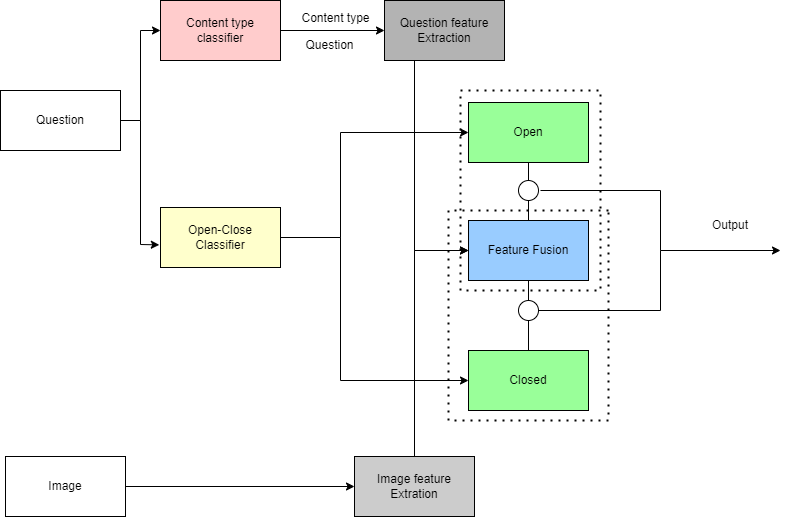
This is DesignDiagrams/new_duagram.drawio.png from codingneverends/Project_VQA, a draw.io export, as it was before one commit. Source tidied: cells renumbered, new cells last; positions are measured from the earlier drawing's top-left corner, leaving out a move shared by most shapes. Its diagram source:
```xml
<mxGraphModel>
  <root>
    <mxCell id="0" />
    <mxCell id="1" parent="0" />
    <mxCell id="2" value="Question" style="rounded=0;whiteSpace=wrap;html=1;fillColor=#FFFFFF;" parent="1" vertex="1">
      <mxGeometry y="90" width="120" height="60" as="geometry" />
    </mxCell>
    <mxCell id="3" value="Content type&lt;br&gt;classifier" style="rounded=0;whiteSpace=wrap;html=1;fillColor=#FFCCCC;" parent="1" vertex="1">
      <mxGeometry x="160" width="120" height="60" as="geometry" />
    </mxCell>
    <mxCell id="4" value="Question feature&lt;br&gt;Extraction" style="rounded=0;whiteSpace=wrap;html=1;fillColor=#B3B3B3;" parent="1" vertex="1">
      <mxGeometry x="384" width="120" height="60" as="geometry" />
    </mxCell>
    <mxCell id="5" value="Image" style="rounded=0;whiteSpace=wrap;html=1;" parent="1" vertex="1">
      <mxGeometry x="5" y="456" width="120" height="60" as="geometry" />
    </mxCell>
    <mxCell id="6" value="Image feature&lt;br&gt;Extration" style="rounded=0;whiteSpace=wrap;html=1;fillColor=#CCCCCC;" parent="1" vertex="1">
      <mxGeometry x="354" y="456" width="120" height="60" as="geometry" />
    </mxCell>
    <mxCell id="7" style="endArrow=classic;html=1;rounded=0;exitX=1;exitY=0.5;exitDx=0;exitDy=0;entryX=0;entryY=0.5;entryDx=0;entryDy=0;" parent="1" edge="1" source="2" target="3">
      <mxGeometry relative="1" as="geometry">
        <Array as="points">
          <mxPoint x="140" y="120" />
          <mxPoint x="140" y="30" />
        </Array>
      </mxGeometry>
    </mxCell>
    <mxCell id="8" style="endArrow=classic;html=1;rounded=0;exitX=1;exitY=0.5;exitDx=0;exitDy=0;entryX=0;entryY=0.5;entryDx=0;entryDy=0;" parent="1" edge="1" source="3" target="4">
      <mxGeometry relative="1" as="geometry" />
    </mxCell>
    <mxCell id="9" style="endArrow=classic;html=1;rounded=0;exitX=1;exitY=0.5;exitDx=0;exitDy=0;" parent="1" edge="1" source="5" target="6">
      <mxGeometry relative="1" as="geometry" />
    </mxCell>
    <mxCell id="10" value="Content type" style="text;html=1;align=center;verticalAlign=middle;strokeColor=none;fillColor=none;" parent="1" vertex="1">
      <mxGeometry x="290" y="3" width="90" height="30" as="geometry" />
    </mxCell>
    <mxCell id="11" value="Question" style="text;html=1;align=center;verticalAlign=middle;strokeColor=none;fillColor=none;" parent="1" vertex="1">
      <mxGeometry x="294" y="30" width="70" height="30" as="geometry" />
    </mxCell>
    <mxCell id="12" value="Open-Close&lt;br&gt;Classifier" style="rounded=0;whiteSpace=wrap;html=1;fillColor=#FFFFCC;" parent="1" vertex="1">
      <mxGeometry x="160" y="207" width="120" height="60" as="geometry" />
    </mxCell>
    <mxCell id="13" style="endArrow=classic;html=1;rounded=0;exitX=1;exitY=0.5;exitDx=0;exitDy=0;entryX=-0.01;entryY=0.623;entryDx=0;entryDy=0;entryPerimeter=0;" parent="1" edge="1" source="2" target="12">
      <mxGeometry relative="1" as="geometry">
        <Array as="points">
          <mxPoint x="140" y="120" />
          <mxPoint x="140" y="244" />
        </Array>
      </mxGeometry>
    </mxCell>
    <mxCell id="14" value="Open" style="rounded=0;whiteSpace=wrap;html=1;fillColor=#99FF99;" parent="1" vertex="1">
      <mxGeometry x="468" y="102" width="120" height="60" as="geometry" />
    </mxCell>
    <mxCell id="15" value="Closed" style="rounded=0;whiteSpace=wrap;html=1;fillColor=#99FF99;" parent="1" vertex="1">
      <mxGeometry x="468" y="350" width="120" height="60" as="geometry" />
    </mxCell>
    <mxCell id="16" style="endArrow=classic;html=1;rounded=0;exitX=1;exitY=0.5;exitDx=0;exitDy=0;entryX=0;entryY=0.5;entryDx=0;entryDy=0;" parent="1" edge="1" source="12" target="14">
      <mxGeometry relative="1" as="geometry">
        <Array as="points">
          <mxPoint x="340" y="237" />
          <mxPoint x="340" y="132" />
        </Array>
      </mxGeometry>
    </mxCell>
    <mxCell id="17" style="endArrow=classic;html=1;rounded=0;exitX=1;exitY=0.5;exitDx=0;exitDy=0;entryX=0;entryY=0.5;entryDx=0;entryDy=0;" parent="1" edge="1">
      <mxGeometry relative="1" as="geometry">
        <mxPoint x="280" y="237" as="sourcePoint" />
        <mxPoint x="468" y="380" as="targetPoint" />
        <Array as="points">
          <mxPoint x="340" y="237" />
          <mxPoint x="340" y="380" />
        </Array>
      </mxGeometry>
    </mxCell>
    <mxCell id="18" value="Feature Fusion" style="rounded=0;whiteSpace=wrap;html=1;fillColor=#99CCFF;" parent="1" vertex="1">
      <mxGeometry x="468" y="220" width="120" height="60" as="geometry" />
    </mxCell>
    <mxCell id="19" style="endArrow=classic;html=1;rounded=0;exitX=0.25;exitY=1;exitDx=0;exitDy=0;entryX=0;entryY=0.5;entryDx=0;entryDy=0;" parent="1" edge="1" source="4" target="18">
      <mxGeometry relative="1" as="geometry">
        <Array as="points">
          <mxPoint x="414" y="250" />
        </Array>
      </mxGeometry>
    </mxCell>
    <mxCell id="20" style="endArrow=classic;html=1;rounded=0;exitX=0.5;exitY=0;exitDx=0;exitDy=0;entryX=0;entryY=0.5;entryDx=0;entryDy=0;" parent="1" edge="1" source="6" target="18">
      <mxGeometry relative="1" as="geometry">
        <Array as="points">
          <mxPoint x="414" y="250" />
        </Array>
      </mxGeometry>
    </mxCell>
    <mxCell id="21" style="endArrow=none;html=1;rounded=0;exitX=0.5;exitY=0;exitDx=0;exitDy=0;entryX=0.5;entryY=1;entryDx=0;entryDy=0;startArrow=none;" parent="1" edge="1" source="23" target="14">
      <mxGeometry relative="1" as="geometry" />
    </mxCell>
    <mxCell id="22" style="endArrow=none;html=1;rounded=0;exitX=0.5;exitY=0;exitDx=0;exitDy=0;entryX=0.5;entryY=1;entryDx=0;entryDy=0;" parent="1" edge="1" source="15" target="18">
      <mxGeometry relative="1" as="geometry" />
    </mxCell>
    <mxCell id="23" style="ellipse;whiteSpace=wrap;html=1;" parent="1" vertex="1">
      <mxGeometry x="518" y="180" width="20" height="20" as="geometry" />
    </mxCell>
    <mxCell id="24" style="endArrow=none;html=1;rounded=0;exitX=0.5;exitY=0;exitDx=0;exitDy=0;entryX=0.5;entryY=1;entryDx=0;entryDy=0;" parent="1" edge="1" source="18" target="23">
      <mxGeometry relative="1" as="geometry" />
    </mxCell>
    <mxCell id="25" style="ellipse;whiteSpace=wrap;html=1;" parent="1" vertex="1">
      <mxGeometry x="518" y="300" width="20" height="20" as="geometry" />
    </mxCell>
    <mxCell id="26" style="endArrow=classic;html=1;rounded=0;" parent="1" edge="1">
      <mxGeometry relative="1" as="geometry">
        <mxPoint x="540" y="190" as="sourcePoint" />
        <mxPoint x="780" y="250" as="targetPoint" />
        <Array as="points">
          <mxPoint x="660" y="190" />
          <mxPoint x="660" y="250" />
        </Array>
      </mxGeometry>
    </mxCell>
    <mxCell id="27" style="endArrow=none;html=1;rounded=0;exitX=1;exitY=0.5;exitDx=0;exitDy=0;" parent="1" edge="1" source="25">
      <mxGeometry relative="1" as="geometry">
        <mxPoint x="660" y="250" as="targetPoint" />
        <Array as="points">
          <mxPoint x="660" y="310" />
        </Array>
      </mxGeometry>
    </mxCell>
    <mxCell id="28" value="Output" style="text;html=1;strokeColor=none;fillColor=none;align=center;verticalAlign=middle;whiteSpace=wrap;rounded=0;" parent="1" vertex="1">
      <mxGeometry x="700" y="210" width="60" height="30" as="geometry" />
    </mxCell>
    <mxCell id="29" style="endArrow=none;dashed=1;html=1;dashPattern=1 3;strokeWidth=2;rounded=0;" parent="1" edge="1">
      <mxGeometry relative="1" as="geometry">
        <mxPoint x="460" y="290" as="sourcePoint" />
        <mxPoint x="460" y="290" as="targetPoint" />
        <Array as="points">
          <mxPoint x="460" y="90" />
          <mxPoint x="600" y="90" />
          <mxPoint x="600" y="290" />
        </Array>
      </mxGeometry>
    </mxCell>
    <mxCell id="30" style="endArrow=none;dashed=1;html=1;dashPattern=1 3;strokeWidth=2;rounded=0;" parent="1" edge="1">
      <mxGeometry relative="1" as="geometry">
        <mxPoint x="608" y="210" as="sourcePoint" />
        <mxPoint x="608" y="210" as="targetPoint" />
        <Array as="points">
          <mxPoint x="448" y="210" />
          <mxPoint x="448" y="420" />
          <mxPoint x="608" y="420" />
        </Array>
      </mxGeometry>
    </mxCell>
  </root>
</mxGraphModel>
```
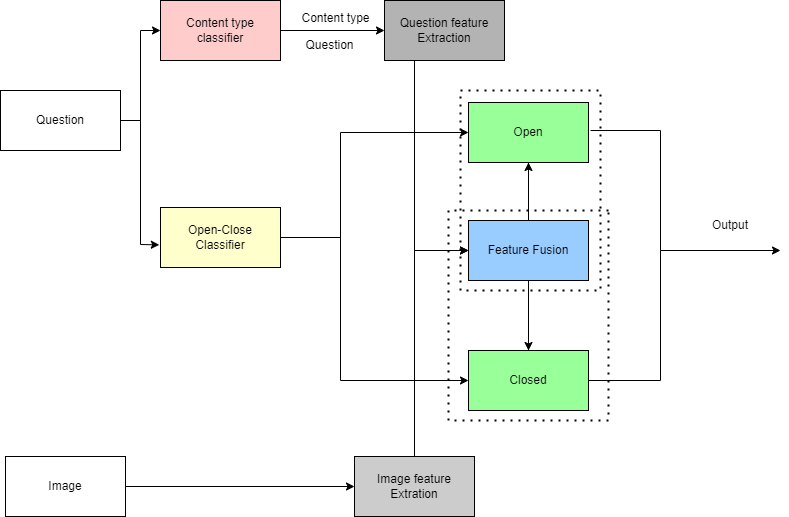
Later version of the same file.

The edit, as a diff of the source:
```diff
@@ -89,36 +89,35 @@
         </Array>
       </mxGeometry>
     </mxCell>
-    <mxCell id="21" style="endArrow=none;html=1;rounded=0;exitX=0.5;exitY=0;exitDx=0;exitDy=0;entryX=0.5;entryY=1;entryDx=0;entryDy=0;startArrow=none;" parent="1" edge="1" source="23" target="14">
-      <mxGeometry relative="1" as="geometry" />
+    <mxCell id="21" style="endArrow=none;html=1;rounded=0;exitX=0.5;exitY=0;exitDx=0;exitDy=0;entryX=0.5;entryY=1;entryDx=0;entryDy=0;startArrow=none;" parent="1" edge="1" target="14">
+      <mxGeometry relative="1" as="geometry">
+        <mxPoint x="528" y="180" as="sourcePoint" />
+      </mxGeometry>
     </mxCell>
     <mxCell id="22" style="endArrow=none;html=1;rounded=0;exitX=0.5;exitY=0;exitDx=0;exitDy=0;entryX=0.5;entryY=1;entryDx=0;entryDy=0;" parent="1" edge="1" source="15" target="18">
       <mxGeometry relative="1" as="geometry" />
     </mxCell>
-    <mxCell id="23" style="ellipse;whiteSpace=wrap;html=1;" parent="1" vertex="1">
-      <mxGeometry x="518" y="180" width="20" height="20" as="geometry" />
-    </mxCell>
-    <mxCell id="24" style="endArrow=none;html=1;rounded=0;exitX=0.5;exitY=0;exitDx=0;exitDy=0;entryX=0.5;entryY=1;entryDx=0;entryDy=0;" parent="1" edge="1" source="18" target="23">
-      <mxGeometry relative="1" as="geometry" />
+    <mxCell id="24" style="endArrow=none;html=1;rounded=0;exitX=0.5;exitY=0;exitDx=0;exitDy=0;entryX=0.5;entryY=1;entryDx=0;entryDy=0;" parent="1" edge="1" source="18">
+      <mxGeometry relative="1" as="geometry">
+        <mxPoint x="528" y="200" as="targetPoint" />
+      </mxGeometry>
     </mxCell>
-    <mxCell id="25" style="ellipse;whiteSpace=wrap;html=1;" parent="1" vertex="1">
-      <mxGeometry x="518" y="300" width="20" height="20" as="geometry" />
-    </mxCell>
     <mxCell id="26" style="endArrow=classic;html=1;rounded=0;" parent="1" edge="1">
       <mxGeometry relative="1" as="geometry">
-        <mxPoint x="540" y="190" as="sourcePoint" />
+        <mxPoint x="590" y="130" as="sourcePoint" />
         <mxPoint x="780" y="250" as="targetPoint" />
         <Array as="points">
-          <mxPoint x="660" y="190" />
+          <mxPoint x="660" y="130" />
           <mxPoint x="660" y="250" />
         </Array>
       </mxGeometry>
     </mxCell>
-    <mxCell id="27" style="endArrow=none;html=1;rounded=0;exitX=1;exitY=0.5;exitDx=0;exitDy=0;" parent="1" edge="1" source="25">
+    <mxCell id="27" style="endArrow=none;html=1;rounded=0;exitX=1;exitY=0.5;exitDx=0;exitDy=0;" parent="1" edge="1">
       <mxGeometry relative="1" as="geometry">
+        <mxPoint x="588" y="380" as="sourcePoint" />
         <mxPoint x="660" y="250" as="targetPoint" />
         <Array as="points">
-          <mxPoint x="660" y="310" />
+          <mxPoint x="660" y="380" />
         </Array>
       </mxGeometry>
     </mxCell>
@@ -147,5 +146,11 @@
         </Array>
       </mxGeometry>
     </mxCell>
+    <mxCell id="31" style="endArrow=classic;html=1;rounded=0;exitX=0.5;exitY=0;exitDx=0;exitDy=0;entryX=0.5;entryY=1;entryDx=0;entryDy=0;" parent="1" edge="1" source="18" target="14">
+      <mxGeometry relative="1" as="geometry" />
+    </mxCell>
+    <mxCell id="32" style="endArrow=classic;html=1;rounded=0;exitX=0.5;exitY=1;exitDx=0;exitDy=0;entryX=0.5;entryY=0;entryDx=0;entryDy=0;" parent="1" edge="1" source="18" target="15">
+      <mxGeometry relative="1" as="geometry" />
+    </mxCell>
   </root>
 </mxGraphModel>
```
